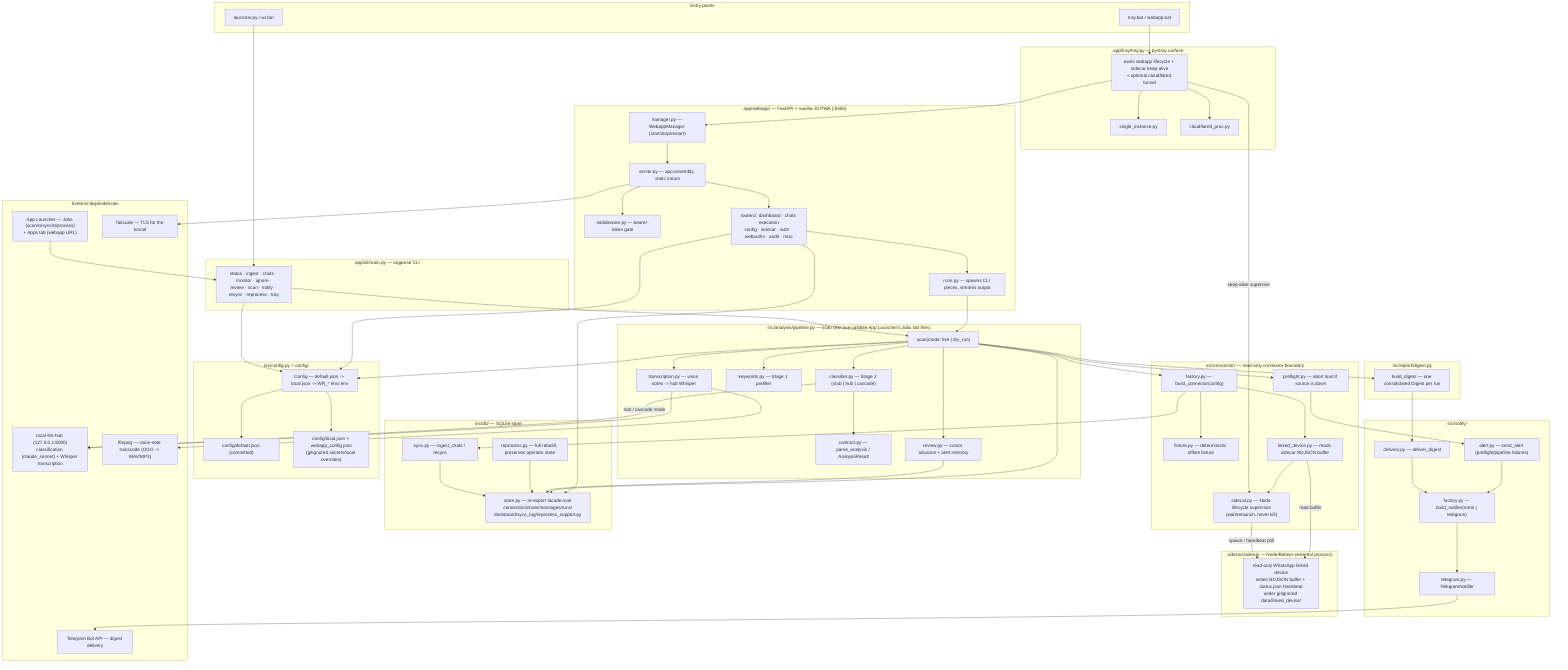
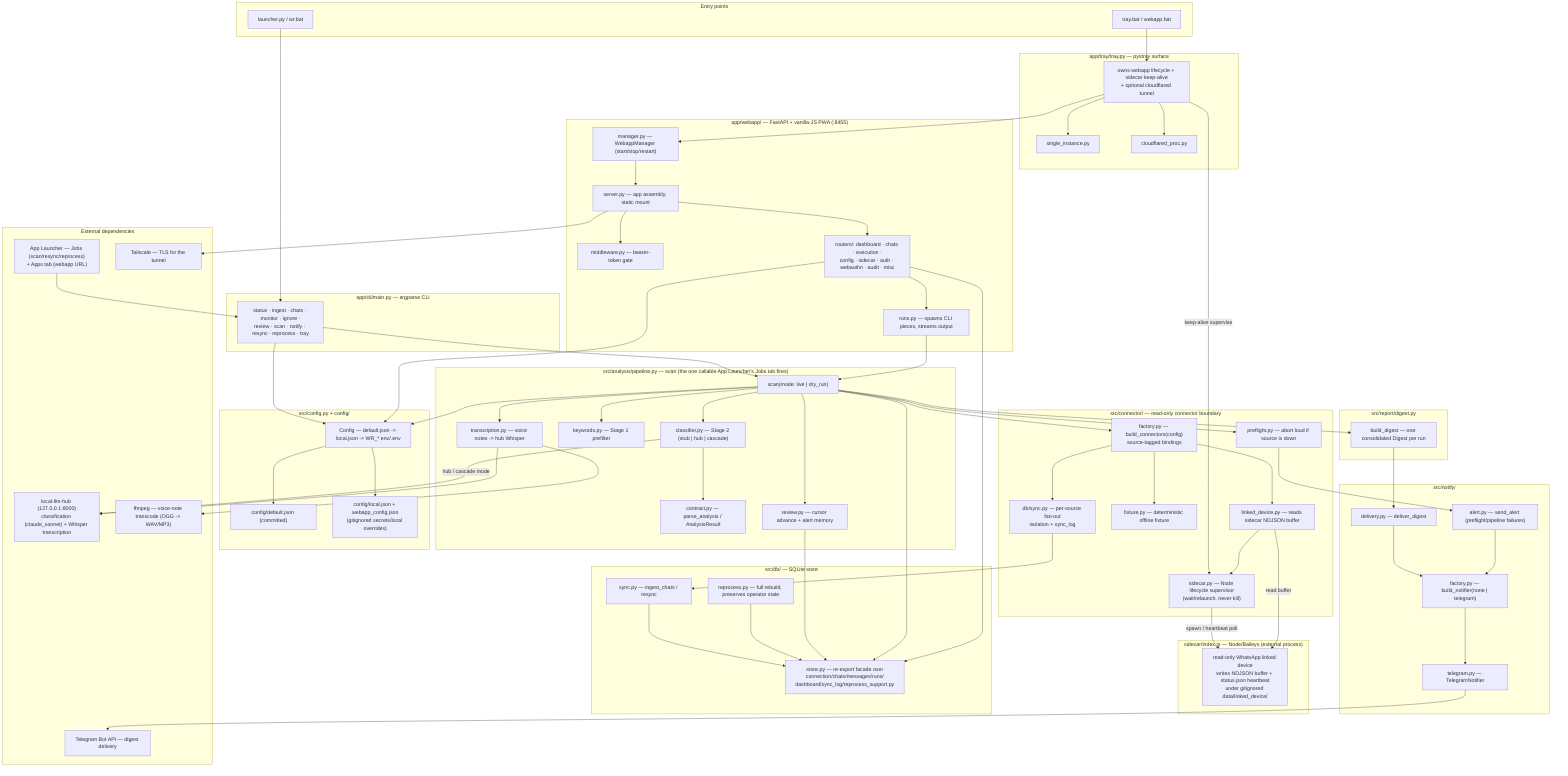
%% docs/architecture.mmd — whatsapp-radar's own internal structure.
%% Hand-authored, not generated (unlike fleet-config's mechanically-aggregated
%% fleet-wide `/system-map`) — this repo's own internal shape is semantic and
%% can't be crawled the same way. Update this diagram in the same PR as any
%% material structural change (a connector added, a pipeline stage moved, a
%% router split) — same anti-staleness contract as this repo's `.fleet.toml`
%% `description` field. See fleet-config's `CLAUDE.md` ("Every repo carries a
%% `.fleet.toml`") for the general convention (ferraroroberto/fleet-config#256).

flowchart TB
  subgraph entry["Entry points"]
    LAUNCHER["launcher.py / wr.bat"]
    TRAYBAT["tray.bat / webapp.bat"]
  end

  subgraph cli["app/cli/main.py — argparse CLI"]
    CLICMDS["status · ingest · chats · monitor · ignore ·\nreview · scan · notify · resync · reprocess · tray"]
  end
  LAUNCHER --> CLICMDS

  subgraph tray["app/tray/tray.py — pystray surface"]
    TRAYPY["owns webapp lifecycle + sidecar keep-alive\n+ optional cloudflared tunnel"]
    SINGLEINST["single_instance.py"]
    CLOUDFLARED["cloudflared_proc.py"]
  end
  TRAYBAT --> TRAYPY
  TRAYPY --> SINGLEINST
  TRAYPY --> CLOUDFLARED

  subgraph webapp["app/webapp/ — FastAPI + vanilla-JS PWA (:8455)"]
    SERVER["server.py — app assembly, static mount"]
    MANAGER["manager.py — WebappManager (start/stop/restart)"]
    MIDDLEWARE["middleware.py — bearer-token gate"]
    RUNS["runs.py — spawns CLI pieces, streams output"]
    ROUTERS["routers/: dashboard · chats · execution ·\nconfig · sidecar · auth · webauthn · audit · misc"]
  end
  TRAYPY --> MANAGER
  MANAGER --> SERVER
  SERVER --> MIDDLEWARE
  SERVER --> ROUTERS
  ROUTERS --> RUNS

  subgraph pipeline["src/analysis/pipeline.py — scan (the one callable App Launcher's Jobs tab fires)"]
    SCAN["scan(mode: live | dry_run)"]
    TRANSCRIBE["transcription.py — voice notes -> hub Whisper"]
    KEYWORDS["keywords.py — Stage 1 prefilter"]
    CLASSIFIER["classifier.py — Stage 2 (stub | hub | cascade)"]
    CONTRACT["contract.py — parse_analysis / AnalysisResult"]
    REVIEW["review.py — cursor advance + alert memory"]
  end
  CLICMDS --> SCAN
  RUNS --> SCAN
  SCAN --> TRANSCRIBE
  SCAN --> KEYWORDS
  SCAN --> CLASSIFIER
  CLASSIFIER --> CONTRACT
  SCAN --> REVIEW

  subgraph connector["src/connector/ — read-only connector boundary"]
-     CFACTORY["factory.py — build_connector(config)"]
+     CFACTORY["factory.py — build_connectors(config)\nsource-tagged bindings"]
+     FANOUT["db/sync.py — per-source fan-out\nisolation + sync_log"]
    FIXTURE["fixture.py — deterministic offline fixture"]
    LINKED["linked_device.py — reads sidecar NDJSON buffer"]
    SIDECARPY["sidecar.py — Node lifecycle supervisor\n(wait/relaunch, never kill)"]
    PREFLIGHT["preflight.py — abort loud if source is down"]
  end
  SCAN --> CFACTORY
+   CFACTORY --> FANOUT
  CFACTORY --> FIXTURE
  CFACTORY --> LINKED
  SCAN --> PREFLIGHT
  TRAYPY -->|keep-alive supervise| SIDECARPY
  LINKED --> SIDECARPY

  subgraph sidecarnode["sidecar/index.js — Node/Baileys (external process)"]
    BAILEYS["read-only WhatsApp linked device\nwrites NDJSON buffer + status.json heartbeat\nunder gitignored data/linked_device/"]
  end
  SIDECARPY -->|spawn / heartbeat poll| BAILEYS
  LINKED -->|read buffer| BAILEYS

  subgraph db["src/db/ — SQLite store"]
    STORE["store.py — re-export facade over\nconnection/chats/messages/runs/\ndashboard/sync_log/reprocess_support.py"]
    SYNC["sync.py — ingest_chats / resync"]
    REPROCESS["reprocess.py — full rebuild, preserves operator state"]
  end
-   CFACTORY --> SYNC
+   FANOUT --> SYNC
  SYNC --> STORE
  REPROCESS --> STORE
  REVIEW --> STORE
  SCAN --> STORE
  ROUTERS --> STORE

  subgraph report["src/report/digest.py"]
    DIGEST["build_digest — one consolidated Digest per run"]
  end
  SCAN --> DIGEST

  subgraph notify["src/notify/"]
    NFACTORY["factory.py — build_notifier(none | telegram)"]
    DELIVERY["delivery.py — deliver_digest"]
    ALERT["alert.py — send_alert (preflight/pipeline failures)"]
    TELEGRAM["telegram.py — TelegramNotifier"]
  end
  DIGEST --> DELIVERY
  DELIVERY --> NFACTORY
  NFACTORY --> TELEGRAM
  PREFLIGHT --> ALERT
  ALERT --> NFACTORY

  subgraph config["src/config.py + config/"]
    CONFIGPY["Config — default.json -> local.json -> WR_* env/.env"]
    DEFAULTJSON["config/default.json (committed)"]
    LOCALJSON["config/local.json + webapp_config.json\n(gitignored secrets/local overrides)"]
  end
  CLICMDS --> CONFIGPY
  SCAN --> CONFIGPY
  ROUTERS --> CONFIGPY
  CONFIGPY --> DEFAULTJSON
  CONFIGPY --> LOCALJSON

  subgraph ext["External dependencies"]
    HUB["local-llm-hub (127.0.0.1:8000)\nclassification (claude_sonnet) + Whisper transcription"]
    TELEGRAMAPI["Telegram Bot API — digest delivery"]
    APPLAUNCHER["App Launcher — Jobs (scan/resync/reprocess)\n+ Apps tab (webapp URL)"]
    TAILSCALE["Tailscale — TLS for the tunnel"]
    FFMPEG["ffmpeg — voice-note transcode (OGG -> WAV/MP3)"]
  end
  CLASSIFIER -->|hub / cascade mode| HUB
  TRANSCRIBE --> HUB
  TELEGRAM --> TELEGRAMAPI
  APPLAUNCHER --> CLICMDS
  SERVER --> TAILSCALE
  TRANSCRIBE --> FFMPEG
